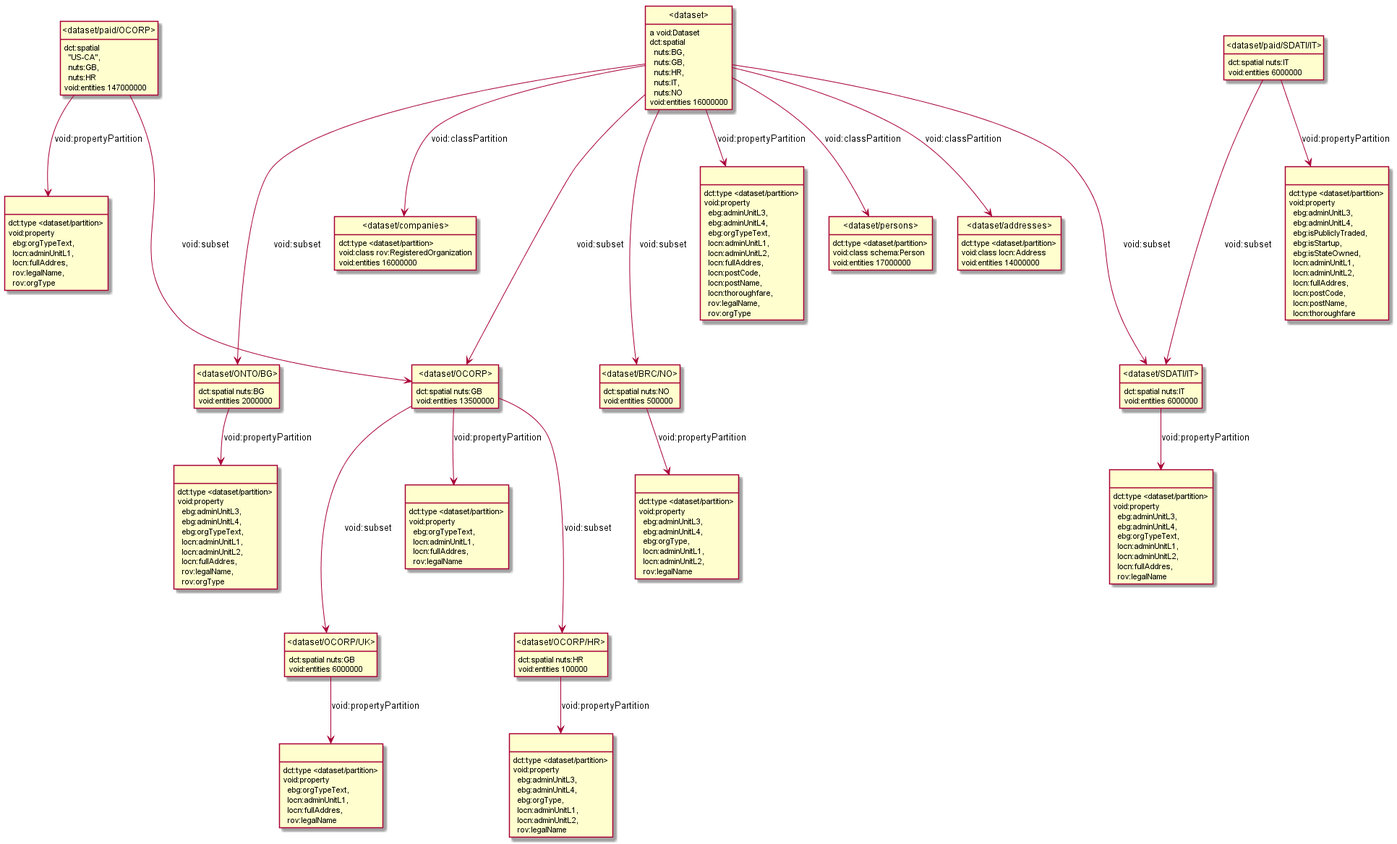
euBusinessGraph/eubg-data keeps this PlantUML diagram as model/images/dataset-stats.png. Above is the earlier version. Source of this version:
```plantuml
@startuml
hide empty methods
hide empty attributes
hide circle
skinparam classAttributeIconSize 0
class _r1530433487r1_ as " "
_r1530433487r1_ : dct:type <dataset/partition>
_r1530433487r1_ : void:property\n  ebg:adminUnitL3,\n  ebg:adminUnitL4,\n  ebg:orgTypeText,\n  locn:adminUnitL1,\n  locn:adminUnitL2,\n  locn:fullAddres,\n  rov:legalName,\n  rov:orgType
class _r1530433487r4_ as " "
_r1530433487r4_ : dct:type <dataset/partition>
_r1530433487r4_ : void:property\n  ebg:orgTypeText,\n  locn:adminUnitL1,\n  locn:fullAddres,\n  rov:legalName
class _r1530433487r7_ as " "
_r1530433487r7_ : dct:type <dataset/partition>
_r1530433487r7_ : void:property\n  ebg:adminUnitL3,\n  ebg:adminUnitL4,\n  ebg:orgTypeText,\n  locn:adminUnitL1,\n  locn:adminUnitL2,\n  locn:fullAddres,\n  rov:legalName
class _dataset_OCORP_HR_ as "<dataset/OCORP/HR>"
class _r1530433487r5_ as " "
_dataset_OCORP_HR_ -down-> _r1530433487r5_ : void:propertyPartition
_dataset_OCORP_HR_ : dct:spatial nuts:HR
_dataset_OCORP_HR_ : void:entities 100000
class _r1530433487r8_ as " "
_r1530433487r8_ : dct:type <dataset/partition>
_r1530433487r8_ : void:property\n  ebg:adminUnitL3,\n  ebg:adminUnitL4,\n  ebg:orgType,\n  locn:adminUnitL1,\n  locn:adminUnitL2,\n  rov:legalName
class _r1530433487r2_ as " "
_r1530433487r2_ : dct:type <dataset/partition>
_r1530433487r2_ : void:property\n  ebg:orgTypeText,\n  locn:adminUnitL1,\n  locn:fullAddres,\n  rov:legalName,\n  rov:orgType
class _r1530433487r6_ as " "
_r1530433487r6_ : dct:type <dataset/partition>
_r1530433487r6_ : void:property\n  ebg:adminUnitL3,\n  ebg:adminUnitL4,\n  ebg:isPubliclyTraded,\n  ebg:isStartup,\n  ebg:isStateOwned,\n  locn:adminUnitL1,\n  locn:adminUnitL2,\n  locn:fullAddres,\n  locn:postCode,\n  locn:postName,\n  locn:thoroughfare
class _dataset_BRC_NO_ as "<dataset/BRC/NO>"
_dataset_BRC_NO_ -down-> _r1530433487r8_ : void:propertyPartition
_dataset_BRC_NO_ : dct:spatial nuts:NO
_dataset_BRC_NO_ : void:entities 500000
class _dataset_addresses_ as "<dataset/addresses>"
_dataset_addresses_ : dct:type <dataset/partition>
_dataset_addresses_ : void:class locn:Address
_dataset_addresses_ : void:entities 14000000
class _dataset_ONTO_BG_ as "<dataset/ONTO/BG>"
_dataset_ONTO_BG_ -down-> _r1530433487r1_ : void:propertyPartition
_dataset_ONTO_BG_ : dct:spatial nuts:BG
_dataset_ONTO_BG_ : void:entities 2000000
class _dataset_paid_OCORP_ as "<dataset/paid/OCORP>"
class _dataset_OCORP_ as "<dataset/OCORP>"
_dataset_paid_OCORP_ -down--> _dataset_OCORP_ : void:subset
_dataset_paid_OCORP_ -down-> _r1530433487r2_ : void:propertyPartition
_dataset_paid_OCORP_ : dct:spatial\n  "US-CA",\n  nuts:GB,\n  nuts:HR
_dataset_paid_OCORP_ : void:entities 147000000
class _dataset_OCORP_UK_ as "<dataset/OCORP/UK>"
_dataset_OCORP_UK_ -down-> _r1530433487r4_ : void:propertyPartition
_dataset_OCORP_UK_ : dct:spatial nuts:GB
_dataset_OCORP_UK_ : void:entities 6000000
class _r1530433487r3_ as " "
_r1530433487r3_ : dct:type <dataset/partition>
_r1530433487r3_ : void:property\n  ebg:orgTypeText,\n  locn:adminUnitL1,\n  locn:fullAddres,\n  rov:legalName
_dataset_OCORP_ -down--> _dataset_OCORP_UK_ : void:subset
_dataset_OCORP_ -down--> _dataset_OCORP_HR_ : void:subset
_dataset_OCORP_ -down-> _r1530433487r3_ : void:propertyPartition
_dataset_OCORP_ : dct:spatial nuts:GB
_dataset_OCORP_ : void:entities 13500000
_r1530433487r5_ : dct:type <dataset/partition>
_r1530433487r5_ : void:property\n  ebg:adminUnitL3,\n  ebg:adminUnitL4,\n  ebg:orgType,\n  locn:adminUnitL1,\n  locn:adminUnitL2,\n  rov:legalName
class _dataset_companies_ as "<dataset/companies>"
_dataset_companies_ : dct:type <dataset/partition>
_dataset_companies_ : void:class rov:RegisteredOrganization
_dataset_companies_ : void:entities 16000000
class _dataset_paid_SDATI_IT_ as "<dataset/paid/SDATI/IT>"
class _dataset_SDATI_IT_ as "<dataset/SDATI/IT>"
_dataset_paid_SDATI_IT_ -down--> _dataset_SDATI_IT_ : void:subset
_dataset_paid_SDATI_IT_ -down-> _r1530433487r6_ : void:propertyPartition
_dataset_paid_SDATI_IT_ : dct:spatial nuts:IT
_dataset_paid_SDATI_IT_ : void:entities 6000000
class _r1530433487r0_ as " "
_r1530433487r0_ : dct:type <dataset/partition>
_r1530433487r0_ : void:property\n  ebg:adminUnitL3,\n  ebg:adminUnitL4,\n  ebg:orgTypeText,\n  locn:adminUnitL1,\n  locn:adminUnitL2,\n  locn:fullAddres,\n  locn:postCode,\n  locn:postName,\n  locn:thoroughfare,\n  rov:legalName,\n  rov:orgType
_dataset_SDATI_IT_ -down-> _r1530433487r7_ : void:propertyPartition
_dataset_SDATI_IT_ : dct:spatial nuts:IT
_dataset_SDATI_IT_ : void:entities 6000000
class _dataset_ as "<dataset>"
_dataset_ : a void:Dataset
_dataset_ -down--> _dataset_OCORP_ : void:subset
_dataset_ -down-> _dataset_companies_ : void:classPartition
_dataset_ -down--> _dataset_BRC_NO_ : void:subset
_dataset_ -down-> _dataset_addresses_ : void:classPartition
_dataset_ -down--> _dataset_SDATI_IT_ : void:subset
class _dataset_persons_ as "<dataset/persons>"
_dataset_ -down-> _dataset_persons_ : void:classPartition
_dataset_ -down--> _dataset_ONTO_BG_ : void:subset
_dataset_ -down-> _r1530433487r0_ : void:propertyPartition
_dataset_ : dct:spatial\n  nuts:BG,\n  nuts:GB,\n  nuts:HR,\n  nuts:IT,\n  nuts:NO
_dataset_ : void:entities 16000000
_dataset_persons_ : dct:type <dataset/partition>
_dataset_persons_ : void:class schema:Person
_dataset_persons_ : void:entities 17000000
@enduml
```
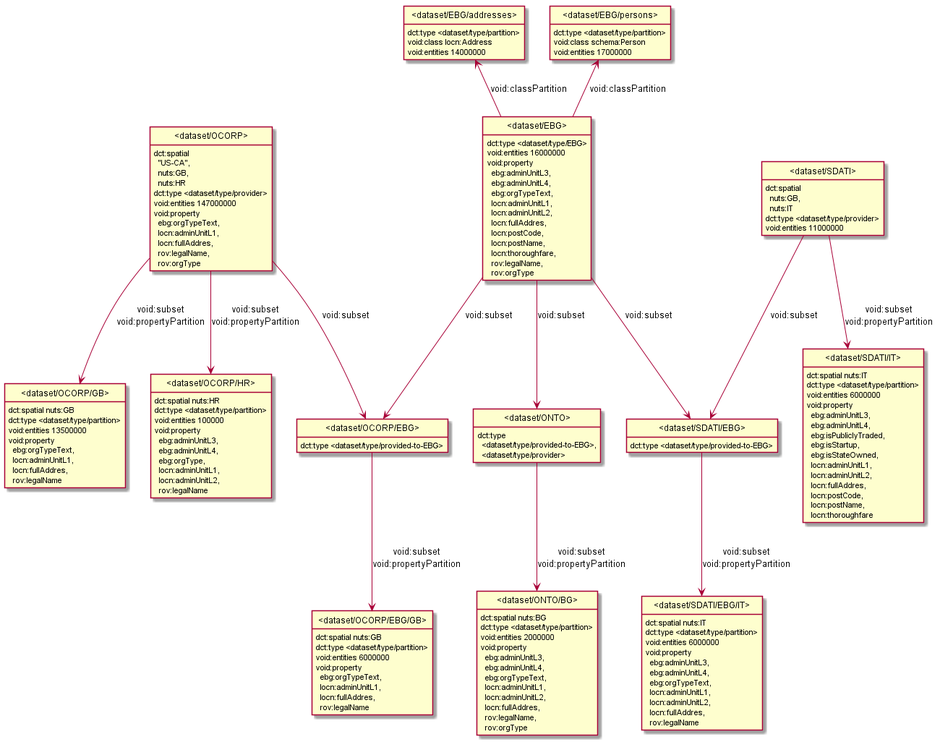
The same diagram one commit later.

What changed in the source:
```diff
@@ -3,91 +3,74 @@
 hide empty attributes
 hide circle
 skinparam classAttributeIconSize 0
-class _r1530433487r1_ as " "
-_r1530433487r1_ : dct:type <dataset/partition>
-_r1530433487r1_ : void:property\n  ebg:adminUnitL3,\n  ebg:adminUnitL4,\n  ebg:orgTypeText,\n  locn:adminUnitL1,\n  locn:adminUnitL2,\n  locn:fullAddres,\n  rov:legalName,\n  rov:orgType
-class _r1530433487r4_ as " "
-_r1530433487r4_ : dct:type <dataset/partition>
-_r1530433487r4_ : void:property\n  ebg:orgTypeText,\n  locn:adminUnitL1,\n  locn:fullAddres,\n  rov:legalName
-class _r1530433487r7_ as " "
-_r1530433487r7_ : dct:type <dataset/partition>
-_r1530433487r7_ : void:property\n  ebg:adminUnitL3,\n  ebg:adminUnitL4,\n  ebg:orgTypeText,\n  locn:adminUnitL1,\n  locn:adminUnitL2,\n  locn:fullAddres,\n  rov:legalName
+class _dataset_SDATI_EBG_IT_ as "<dataset/SDATI/EBG/IT>"
+_dataset_SDATI_EBG_IT_ : dct:spatial nuts:IT
+_dataset_SDATI_EBG_IT_ : dct:type <dataset/type/partition>
+_dataset_SDATI_EBG_IT_ : void:entities 6000000
+_dataset_SDATI_EBG_IT_ : void:property\n  ebg:adminUnitL3,\n  ebg:adminUnitL4,\n  ebg:orgTypeText,\n  locn:adminUnitL1,\n  locn:adminUnitL2,\n  locn:fullAddres,\n  rov:legalName
+class _dataset_EBG_addresses_ as "<dataset/EBG/addresses>"
+_dataset_EBG_addresses_ : dct:type <dataset/type/partition>
+_dataset_EBG_addresses_ : void:class locn:Address
+_dataset_EBG_addresses_ : void:entities 14000000
+class _dataset_OCORP_GB_ as "<dataset/OCORP/GB>"
+_dataset_OCORP_GB_ : dct:spatial nuts:GB
+_dataset_OCORP_GB_ : dct:type <dataset/type/partition>
+_dataset_OCORP_GB_ : void:entities 13500000
+_dataset_OCORP_GB_ : void:property\n  ebg:orgTypeText,\n  locn:adminUnitL1,\n  locn:fullAddres,\n  rov:legalName
+class _dataset_OCORP_EBG_ as "<dataset/OCORP/EBG>"
+class _dataset_OCORP_EBG_GB_ as "<dataset/OCORP/EBG/GB>"
+_dataset_OCORP_EBG_ -down-> _dataset_OCORP_EBG_GB_ : void:subset\nvoid:propertyPartition
+_dataset_OCORP_EBG_ : dct:type <dataset/type/provided-to-EBG>
+class _dataset_SDATI_ as "<dataset/SDATI>"
+class _dataset_SDATI_IT_ as "<dataset/SDATI/IT>"
+_dataset_SDATI_ -down-> _dataset_SDATI_IT_ : void:subset\nvoid:propertyPartition
+class _dataset_SDATI_EBG_ as "<dataset/SDATI/EBG>"
+_dataset_SDATI_ -down-> _dataset_SDATI_EBG_ : void:subset
+_dataset_SDATI_ : dct:spatial\n  nuts:GB,\n  nuts:IT
+_dataset_SDATI_ : dct:type <dataset/type/provider>
+_dataset_SDATI_ : void:entities 11000000
+class _dataset_ONTO_BG_ as "<dataset/ONTO/BG>"
+_dataset_ONTO_BG_ : dct:spatial nuts:BG
+_dataset_ONTO_BG_ : dct:type <dataset/type/partition>
+_dataset_ONTO_BG_ : void:entities 2000000
+_dataset_ONTO_BG_ : void:property\n  ebg:adminUnitL3,\n  ebg:adminUnitL4,\n  ebg:orgTypeText,\n  locn:adminUnitL1,\n  locn:adminUnitL2,\n  locn:fullAddres,\n  rov:legalName,\n  rov:orgType
+_dataset_SDATI_EBG_ -down-> _dataset_SDATI_EBG_IT_ : void:subset\nvoid:propertyPartition
+_dataset_SDATI_EBG_ : dct:type <dataset/type/provided-to-EBG>
+_dataset_SDATI_IT_ : dct:spatial nuts:IT
+_dataset_SDATI_IT_ : dct:type <dataset/type/partition>
+_dataset_SDATI_IT_ : void:entities 6000000
+_dataset_SDATI_IT_ : void:property\n  ebg:adminUnitL3,\n  ebg:adminUnitL4,\n  ebg:isPubliclyTraded,\n  ebg:isStartup,\n  ebg:isStateOwned,\n  locn:adminUnitL1,\n  locn:adminUnitL2,\n  locn:fullAddres,\n  locn:postCode,\n  locn:postName,\n  locn:thoroughfare
+class _dataset_EBG_ as "<dataset/EBG>"
+_dataset_EBG_ -down-> _dataset_SDATI_EBG_ : void:subset
+class _dataset_EBG_persons_ as "<dataset/EBG/persons>"
+_dataset_EBG_ -up-> _dataset_EBG_persons_ : void:classPartition
+class _dataset_ONTO_ as "<dataset/ONTO>"
+_dataset_EBG_ -down-> _dataset_ONTO_ : void:subset
+_dataset_EBG_ -up-> _dataset_EBG_addresses_ : void:classPartition
+_dataset_EBG_ -down-> _dataset_OCORP_EBG_ : void:subset
+_dataset_EBG_ : dct:type <dataset/type/EBG>
+_dataset_EBG_ : void:entities 16000000
+_dataset_EBG_ : void:property\n  ebg:adminUnitL3,\n  ebg:adminUnitL4,\n  ebg:orgTypeText,\n  locn:adminUnitL1,\n  locn:adminUnitL2,\n  locn:fullAddres,\n  locn:postCode,\n  locn:postName,\n  locn:thoroughfare,\n  rov:legalName,\n  rov:orgType
+_dataset_ONTO_ -down-> _dataset_ONTO_BG_ : void:subset\nvoid:propertyPartition
+_dataset_ONTO_ : dct:type\n  <dataset/type/provided-to-EBG>,\n  <dataset/type/provider>
+_dataset_OCORP_EBG_GB_ : dct:spatial nuts:GB
+_dataset_OCORP_EBG_GB_ : dct:type <dataset/type/partition>
+_dataset_OCORP_EBG_GB_ : void:entities 6000000
+_dataset_OCORP_EBG_GB_ : void:property\n  ebg:orgTypeText,\n  locn:adminUnitL1,\n  locn:fullAddres,\n  rov:legalName
+class _dataset_OCORP_ as "<dataset/OCORP>"
+_dataset_OCORP_ -down-> _dataset_OCORP_EBG_ : void:subset
+_dataset_OCORP_ -down-> _dataset_OCORP_GB_ : void:subset\nvoid:propertyPartition
 class _dataset_OCORP_HR_ as "<dataset/OCORP/HR>"
-class _r1530433487r5_ as " "
-_dataset_OCORP_HR_ -down-> _r1530433487r5_ : void:propertyPartition
+_dataset_OCORP_ -down-> _dataset_OCORP_HR_ : void:subset\nvoid:propertyPartition
+_dataset_OCORP_ : dct:spatial\n  "US-CA",\n  nuts:GB,\n  nuts:HR
+_dataset_OCORP_ : dct:type <dataset/type/provider>
+_dataset_OCORP_ : void:entities 147000000
+_dataset_OCORP_ : void:property\n  ebg:orgTypeText,\n  locn:adminUnitL1,\n  locn:fullAddres,\n  rov:legalName,\n  rov:orgType
+_dataset_EBG_persons_ : dct:type <dataset/type/partition>
+_dataset_EBG_persons_ : void:class schema:Person
+_dataset_EBG_persons_ : void:entities 17000000
 _dataset_OCORP_HR_ : dct:spatial nuts:HR
+_dataset_OCORP_HR_ : dct:type <dataset/type/partition>
 _dataset_OCORP_HR_ : void:entities 100000
-class _r1530433487r8_ as " "
-_r1530433487r8_ : dct:type <dataset/partition>
-_r1530433487r8_ : void:property\n  ebg:adminUnitL3,\n  ebg:adminUnitL4,\n  ebg:orgType,\n  locn:adminUnitL1,\n  locn:adminUnitL2,\n  rov:legalName
-class _r1530433487r2_ as " "
-_r1530433487r2_ : dct:type <dataset/partition>
-_r1530433487r2_ : void:property\n  ebg:orgTypeText,\n  locn:adminUnitL1,\n  locn:fullAddres,\n  rov:legalName,\n  rov:orgType
-class _r1530433487r6_ as " "
-_r1530433487r6_ : dct:type <dataset/partition>
-_r1530433487r6_ : void:property\n  ebg:adminUnitL3,\n  ebg:adminUnitL4,\n  ebg:isPubliclyTraded,\n  ebg:isStartup,\n  ebg:isStateOwned,\n  locn:adminUnitL1,\n  locn:adminUnitL2,\n  locn:fullAddres,\n  locn:postCode,\n  locn:postName,\n  locn:thoroughfare
-class _dataset_BRC_NO_ as "<dataset/BRC/NO>"
-_dataset_BRC_NO_ -down-> _r1530433487r8_ : void:propertyPartition
-_dataset_BRC_NO_ : dct:spatial nuts:NO
-_dataset_BRC_NO_ : void:entities 500000
-class _dataset_addresses_ as "<dataset/addresses>"
-_dataset_addresses_ : dct:type <dataset/partition>
-_dataset_addresses_ : void:class locn:Address
-_dataset_addresses_ : void:entities 14000000
-class _dataset_ONTO_BG_ as "<dataset/ONTO/BG>"
-_dataset_ONTO_BG_ -down-> _r1530433487r1_ : void:propertyPartition
-_dataset_ONTO_BG_ : dct:spatial nuts:BG
-_dataset_ONTO_BG_ : void:entities 2000000
-class _dataset_paid_OCORP_ as "<dataset/paid/OCORP>"
-class _dataset_OCORP_ as "<dataset/OCORP>"
-_dataset_paid_OCORP_ -down--> _dataset_OCORP_ : void:subset
-_dataset_paid_OCORP_ -down-> _r1530433487r2_ : void:propertyPartition
-_dataset_paid_OCORP_ : dct:spatial\n  "US-CA",\n  nuts:GB,\n  nuts:HR
-_dataset_paid_OCORP_ : void:entities 147000000
-class _dataset_OCORP_UK_ as "<dataset/OCORP/UK>"
-_dataset_OCORP_UK_ -down-> _r1530433487r4_ : void:propertyPartition
-_dataset_OCORP_UK_ : dct:spatial nuts:GB
-_dataset_OCORP_UK_ : void:entities 6000000
-class _r1530433487r3_ as " "
-_r1530433487r3_ : dct:type <dataset/partition>
-_r1530433487r3_ : void:property\n  ebg:orgTypeText,\n  locn:adminUnitL1,\n  locn:fullAddres,\n  rov:legalName
-_dataset_OCORP_ -down--> _dataset_OCORP_UK_ : void:subset
-_dataset_OCORP_ -down--> _dataset_OCORP_HR_ : void:subset
-_dataset_OCORP_ -down-> _r1530433487r3_ : void:propertyPartition
-_dataset_OCORP_ : dct:spatial nuts:GB
-_dataset_OCORP_ : void:entities 13500000
-_r1530433487r5_ : dct:type <dataset/partition>
-_r1530433487r5_ : void:property\n  ebg:adminUnitL3,\n  ebg:adminUnitL4,\n  ebg:orgType,\n  locn:adminUnitL1,\n  locn:adminUnitL2,\n  rov:legalName
-class _dataset_companies_ as "<dataset/companies>"
-_dataset_companies_ : dct:type <dataset/partition>
-_dataset_companies_ : void:class rov:RegisteredOrganization
-_dataset_companies_ : void:entities 16000000
-class _dataset_paid_SDATI_IT_ as "<dataset/paid/SDATI/IT>"
-class _dataset_SDATI_IT_ as "<dataset/SDATI/IT>"
-_dataset_paid_SDATI_IT_ -down--> _dataset_SDATI_IT_ : void:subset
-_dataset_paid_SDATI_IT_ -down-> _r1530433487r6_ : void:propertyPartition
-_dataset_paid_SDATI_IT_ : dct:spatial nuts:IT
-_dataset_paid_SDATI_IT_ : void:entities 6000000
-class _r1530433487r0_ as " "
-_r1530433487r0_ : dct:type <dataset/partition>
-_r1530433487r0_ : void:property\n  ebg:adminUnitL3,\n  ebg:adminUnitL4,\n  ebg:orgTypeText,\n  locn:adminUnitL1,\n  locn:adminUnitL2,\n  locn:fullAddres,\n  locn:postCode,\n  locn:postName,\n  locn:thoroughfare,\n  rov:legalName,\n  rov:orgType
-_dataset_SDATI_IT_ -down-> _r1530433487r7_ : void:propertyPartition
-_dataset_SDATI_IT_ : dct:spatial nuts:IT
-_dataset_SDATI_IT_ : void:entities 6000000
-class _dataset_ as "<dataset>"
-_dataset_ : a void:Dataset
-_dataset_ -down--> _dataset_OCORP_ : void:subset
-_dataset_ -down-> _dataset_companies_ : void:classPartition
-_dataset_ -down--> _dataset_BRC_NO_ : void:subset
-_dataset_ -down-> _dataset_addresses_ : void:classPartition
-_dataset_ -down--> _dataset_SDATI_IT_ : void:subset
-class _dataset_persons_ as "<dataset/persons>"
-_dataset_ -down-> _dataset_persons_ : void:classPartition
-_dataset_ -down--> _dataset_ONTO_BG_ : void:subset
-_dataset_ -down-> _r1530433487r0_ : void:propertyPartition
-_dataset_ : dct:spatial\n  nuts:BG,\n  nuts:GB,\n  nuts:HR,\n  nuts:IT,\n  nuts:NO
-_dataset_ : void:entities 16000000
-_dataset_persons_ : dct:type <dataset/partition>
-_dataset_persons_ : void:class schema:Person
-_dataset_persons_ : void:entities 17000000
+_dataset_OCORP_HR_ : void:property\n  ebg:adminUnitL3,\n  ebg:adminUnitL4,\n  ebg:orgType,\n  locn:adminUnitL1,\n  locn:adminUnitL2,\n  rov:legalName
 @enduml
```
